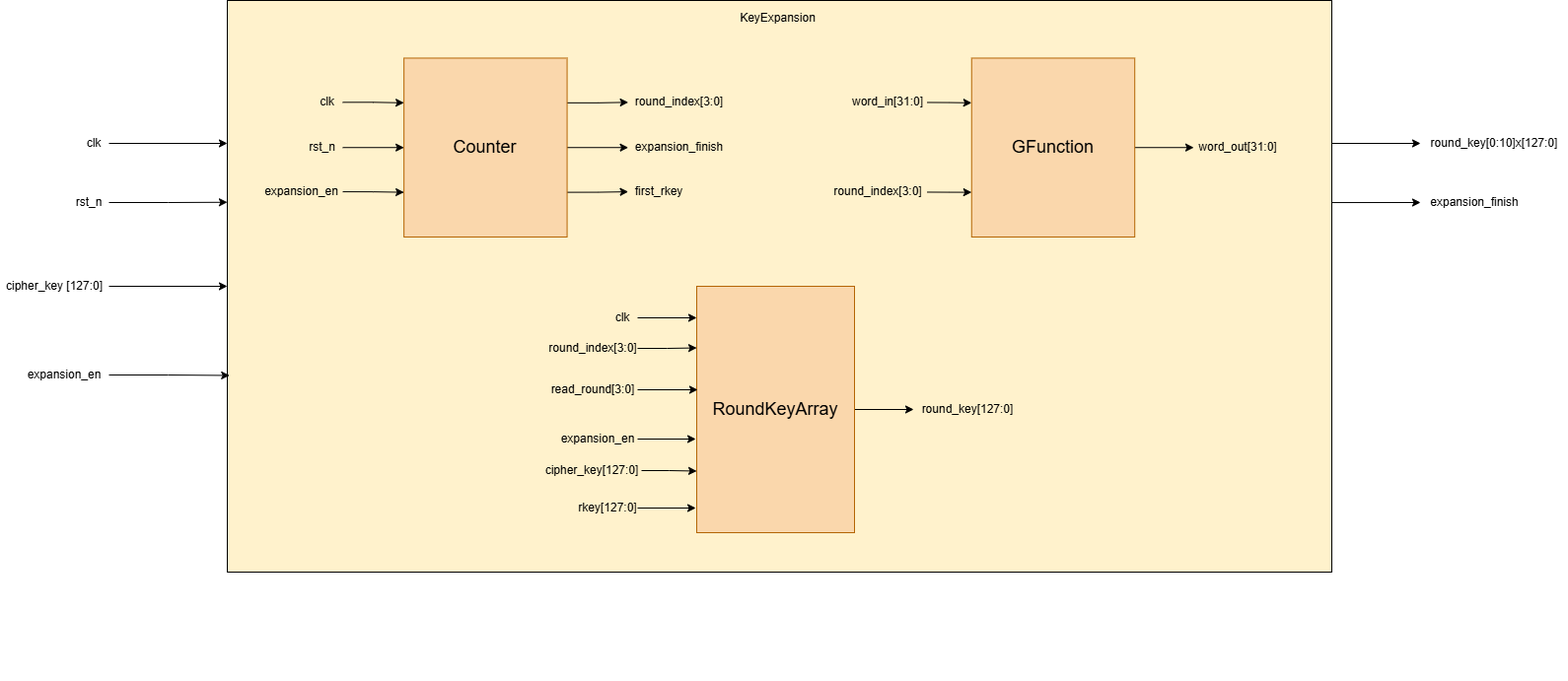
The draw.io diagram KeyExpansion/media/Module Key Expansion high level.png in LQLManZz/AES128-Verilog, before a commit. Source tidied: cells renumbered, new cells last; positions are measured from the earlier drawing's top-left corner, leaving out a move shared by most shapes.
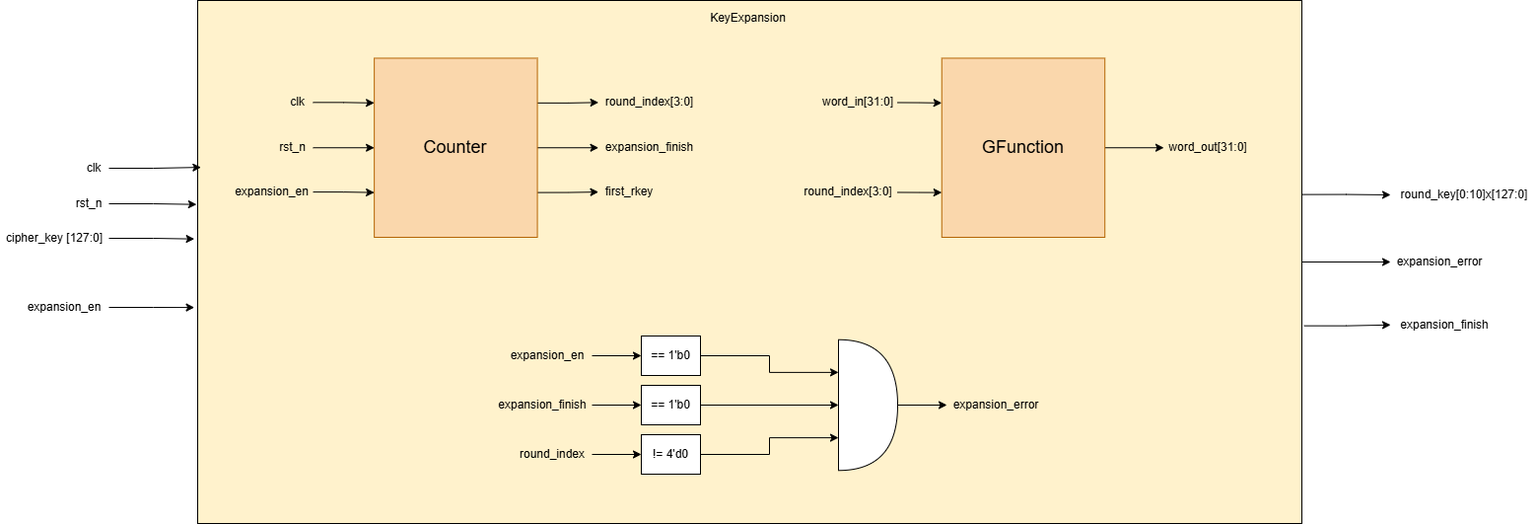
After the commit.

Diff of the diagram source:
```diff
@@ -2,46 +2,32 @@
   <root>
     <mxCell id="0" />
     <mxCell id="1" parent="0" />
-    <mxCell id="2" style="edgeStyle=orthogonalEdgeStyle;rounded=0;jettySize=auto;html=1;exitX=1;exitY=0.5;exitDx=0;exitDy=0;entryX=0;entryY=0.25;entryDx=0;entryDy=0;" parent="1" edge="1" source="3" target="12">
-      <mxGeometry relative="1" as="geometry" />
-    </mxCell>
     <mxCell id="3" value="clk" style="text;html=1;whiteSpace=wrap;strokeColor=none;fillColor=none;align=center;verticalAlign=middle;rounded=0;" parent="1" vertex="1">
-      <mxGeometry x="80" y="130" width="30" height="30" as="geometry" />
+      <mxGeometry x="110" y="155" width="30" height="30" as="geometry" />
     </mxCell>
     <mxCell id="4" value="rst_n" style="text;html=1;whiteSpace=wrap;strokeColor=none;fillColor=none;align=center;verticalAlign=middle;rounded=0;" parent="1" vertex="1">
-      <mxGeometry x="70" y="190" width="40" height="30" as="geometry" />
+      <mxGeometry x="100" y="191" width="40" height="30" as="geometry" />
     </mxCell>
     <mxCell id="5" value="expansion_en" style="text;html=1;whiteSpace=wrap;strokeColor=none;fillColor=none;align=center;verticalAlign=middle;rounded=0;" parent="1" vertex="1">
-      <mxGeometry x="20" y="360" width="90" height="40" as="geometry" />
+      <mxGeometry x="50" y="291" width="90" height="40" as="geometry" />
     </mxCell>
-    <mxCell id="6" style="edgeStyle=orthogonalEdgeStyle;rounded=0;jettySize=auto;html=1;exitX=1;exitY=0.5;exitDx=0;exitDy=0;entryX=0;entryY=0.5;entryDx=0;entryDy=0;" parent="1" edge="1" source="7" target="12">
-      <mxGeometry relative="1" as="geometry" />
-    </mxCell>
     <mxCell id="7" value="cipher_key [127:0]" style="text;html=1;whiteSpace=wrap;strokeColor=none;fillColor=none;align=center;verticalAlign=middle;rounded=0;" parent="1" vertex="1">
-      <mxGeometry y="275" width="110" height="30" as="geometry" />
+      <mxGeometry x="30" y="226" width="110" height="30" as="geometry" />
     </mxCell>
     <mxCell id="8" value="round_key[0:10]x[127:0]" style="text;html=1;whiteSpace=wrap;strokeColor=none;fillColor=none;align=center;verticalAlign=middle;rounded=0;" parent="1" vertex="1">
-      <mxGeometry x="1440" y="130" width="150" height="30" as="geometry" />
+      <mxGeometry x="1440" y="182" width="150" height="30" as="geometry" />
     </mxCell>
-    <mxCell id="9" style="edgeStyle=orthogonalEdgeStyle;rounded=0;jettySize=auto;html=1;exitX=0;exitY=0.5;exitDx=0;exitDy=0;entryX=0;entryY=0.5;entryDx=0;entryDy=0;" parent="1" edge="1" target="10">
-      <mxGeometry relative="1" as="geometry">
-        <mxPoint x="1350" y="205" as="sourcePoint" />
-      </mxGeometry>
-    </mxCell>
     <mxCell id="10" value="expansion_finish" style="text;html=1;whiteSpace=wrap;strokeColor=none;fillColor=none;align=center;verticalAlign=middle;rounded=0;" parent="1" vertex="1">
-      <mxGeometry x="1440" y="190" width="110" height="30" as="geometry" />
+      <mxGeometry x="1440" y="313.8" width="110" height="30" as="geometry" />
     </mxCell>
-    <mxCell id="11" style="group;" parent="1" vertex="1">
-      <mxGeometry x="230" width="1180" height="690" as="geometry" />
-    </mxCell>
-    <mxCell id="12" style="rounded=0;whiteSpace=wrap;html=1;fillColor=#fff2cc;strokeColor=#000000;" parent="11" vertex="1">
-      <mxGeometry width="1120" height="580" as="geometry" />
+    <mxCell id="12" style="rounded=0;whiteSpace=wrap;html=1;fillColor=#fff2cc;strokeColor=#000000;" parent="1" vertex="1">
+      <mxGeometry x="230" width="1120" height="530" as="geometry" />
     </mxCell>
-    <mxCell id="13" value="KeyExpansion" style="text;html=1;whiteSpace=wrap;strokeColor=none;fillColor=none;align=center;verticalAlign=middle;rounded=0;" parent="11" vertex="1">
-      <mxGeometry x="506.9" width="103.1" height="35.1" as="geometry" />
+    <mxCell id="13" value="KeyExpansion" style="text;html=1;whiteSpace=wrap;strokeColor=none;fillColor=none;align=center;verticalAlign=middle;rounded=0;" parent="1" vertex="1">
+      <mxGeometry x="736.9" width="103.1" height="35.1" as="geometry" />
     </mxCell>
-    <mxCell id="14" style="group;" parent="11" vertex="1">
-      <mxGeometry x="34.4" y="58.5" width="475.6" height="181.5" as="geometry" />
+    <mxCell id="14" style="group;" parent="1" vertex="1">
+      <mxGeometry x="264.4" y="58.5" width="475.6" height="181.5" as="geometry" />
     </mxCell>
     <mxCell id="15" style="edgeStyle=orthogonalEdgeStyle;rounded=0;jettySize=auto;html=1;exitX=1;exitY=0.5;exitDx=0;exitDy=0;entryX=0;entryY=0.25;entryDx=0;entryDy=0;" parent="14" edge="1" source="16" target="24">
       <mxGeometry relative="1" as="geometry" />
@@ -82,8 +68,8 @@
     <mxCell id="27" value="round_index[3:0]" style="text;html=1;whiteSpace=wrap;strokeColor=none;fillColor=none;align=center;verticalAlign=middle;rounded=0;" parent="14" vertex="1">
       <mxGeometry x="372.2" y="28.8" width="103.4" height="32" as="geometry" />
     </mxCell>
-    <mxCell id="28" style="group;" parent="11" vertex="1">
-      <mxGeometry x="610" y="58.5" width="460" height="181.5" as="geometry" />
+    <mxCell id="28" style="group;" parent="1" vertex="1">
+      <mxGeometry x="840" y="58.5" width="460" height="181.5" as="geometry" />
     </mxCell>
     <mxCell id="29" style="edgeStyle=orthogonalEdgeStyle;rounded=0;jettySize=auto;html=1;exitX=1;exitY=0.5;exitDx=0;exitDy=0;entryX=0;entryY=0.5;entryDx=0;entryDy=0;" parent="28" edge="1" source="30" target="35">
       <mxGeometry relative="1" as="geometry" />
@@ -106,62 +92,74 @@
     <mxCell id="35" value="word_out[31:0]" style="text;html=1;whiteSpace=wrap;strokeColor=none;fillColor=none;align=center;verticalAlign=middle;rounded=0;" parent="28" vertex="1">
       <mxGeometry x="370" y="75.8" width="90" height="30" as="geometry" />
     </mxCell>
-    <mxCell id="36" style="group;" parent="11" vertex="1">
-      <mxGeometry x="320" y="290" width="486" height="250" as="geometry" />
-    </mxCell>
-    <mxCell id="37" value="clk" style="text;html=1;whiteSpace=wrap;strokeColor=none;fillColor=none;align=center;verticalAlign=middle;rounded=0;" parent="36" vertex="1">
-      <mxGeometry x="66" y="17" width="30" height="30" as="geometry" />
-    </mxCell>
+    <mxCell id="55" style="edgeStyle=orthogonalEdgeStyle;rounded=0;jettySize=auto;html=1;exitX=1;exitY=0.5;exitDx=0;exitDy=0;entryX=0;entryY=0.5;entryDx=0;entryDy=0;" parent="1" edge="1" source="12" target="56">
+      <mxGeometry relative="1" as="geometry" />
+    </mxCell>
+    <mxCell id="56" value="expansion_error" style="text;html=1;whiteSpace=wrap;strokeColor=none;fillColor=none;align=center;verticalAlign=middle;rounded=0;" parent="1" vertex="1">
+      <mxGeometry x="1440" y="250" width="100" height="30" as="geometry" />
+    </mxCell>
+    <mxCell id="57" value="expansion_error" style="text;html=1;whiteSpace=wrap;strokeColor=none;fillColor=none;align=center;verticalAlign=middle;rounded=0;" parent="1" vertex="1">
+      <mxGeometry x="990" y="395" width="100" height="30" as="geometry" />
+    </mxCell>
+    <mxCell id="58" style="edgeStyle=orthogonalEdgeStyle;rounded=0;jettySize=auto;html=1;exitX=1;exitY=0.5;exitDx=0;exitDy=0;exitPerimeter=0;entryX=0;entryY=0.5;entryDx=0;entryDy=0;" parent="1" edge="1" source="59" target="57">
+      <mxGeometry relative="1" as="geometry" />
+    </mxCell>
+    <mxCell id="59" style="shape=or;whiteSpace=wrap;html=1;" parent="1" vertex="1">
+      <mxGeometry x="880" y="343.8" width="60" height="132.5" as="geometry" />
+    </mxCell>
+    <mxCell id="60" style="edgeStyle=orthogonalEdgeStyle;rounded=0;jettySize=auto;html=1;exitX=1;exitY=0.5;exitDx=0;exitDy=0;entryX=0;entryY=0.5;entryDx=0;entryDy=0;" parent="1" edge="1" source="38" target="65">
+      <mxGeometry relative="1" as="geometry" />
+    </mxCell>
-    <mxCell id="38" value="expansion_en" style="text;html=1;whiteSpace=wrap;strokeColor=none;fillColor=none;align=center;verticalAlign=middle;rounded=0;" parent="36" vertex="1">
-      <mxGeometry x="16" y="140" width="80" height="30" as="geometry" />
+    <mxCell id="38" value="expansion_en" style="text;html=1;whiteSpace=wrap;strokeColor=none;fillColor=none;align=center;verticalAlign=middle;rounded=0;" parent="1" vertex="1">
+      <mxGeometry x="540" y="345" width="90" height="30" as="geometry" />
     </mxCell>
-    <mxCell id="39" style="edgeStyle=orthogonalEdgeStyle;rounded=0;jettySize=auto;html=1;exitX=1;exitY=0.5;exitDx=0;exitDy=0;entryX=0;entryY=0.5;entryDx=0;entryDy=0;" parent="36" edge="1" source="40" target="45">
-      <mxGeometry relative="1" as="geometry" />
-    </mxCell>
-    <mxCell id="40" value="&lt;font style=&quot;font-size: 18px;&quot;&gt;RoundKeyArray&lt;/font&gt;" style="whiteSpace=wrap;html=1;fillColor=#fad7ac;strokeColor=#b46504;" parent="36" vertex="1">
-      <mxGeometry x="156" width="160" height="250" as="geometry" />
-    </mxCell>
-    <mxCell id="41" style="edgeStyle=orthogonalEdgeStyle;rounded=0;jettySize=auto;html=1;exitX=1;exitY=0.5;exitDx=0;exitDy=0;entryX=0;entryY=0.75;entryDx=0;entryDy=0;" parent="36" edge="1" source="42" target="40">
-      <mxGeometry relative="1" as="geometry" />
-    </mxCell>
-    <mxCell id="42" value="cipher_key[127:0]" style="text;html=1;whiteSpace=wrap;strokeColor=none;fillColor=none;align=center;verticalAlign=middle;rounded=0;" parent="36" vertex="1">
-      <mxGeometry y="172" width="100" height="30" as="geometry" />
-    </mxCell>
-    <mxCell id="43" value="rkey[127:0]" style="text;html=1;whiteSpace=wrap;strokeColor=none;fillColor=none;align=center;verticalAlign=middle;rounded=0;" parent="36" vertex="1">
-      <mxGeometry x="36" y="210" width="60" height="30" as="geometry" />
-    </mxCell>
-    <mxCell id="44" style="edgeStyle=orthogonalEdgeStyle;rounded=0;jettySize=auto;html=1;exitX=1;exitY=0.5;exitDx=0;exitDy=0;entryX=0;entryY=0.128;entryDx=0;entryDy=0;entryPerimeter=0;" parent="36" edge="1" source="37" target="40">
-      <mxGeometry relative="1" as="geometry" />
-    </mxCell>
-    <mxCell id="45" value="round_key[127:0]" style="text;html=1;whiteSpace=wrap;strokeColor=none;fillColor=none;align=center;verticalAlign=middle;rounded=0;" parent="36" vertex="1">
-      <mxGeometry x="376" y="110" width="110" height="30" as="geometry" />
-    </mxCell>
-    <mxCell id="46" style="edgeStyle=orthogonalEdgeStyle;rounded=0;jettySize=auto;html=1;exitX=1;exitY=0.5;exitDx=0;exitDy=0;entryX=0;entryY=0.25;entryDx=0;entryDy=0;" parent="36" edge="1" source="47" target="40">
-      <mxGeometry relative="1" as="geometry" />
-    </mxCell>
-    <mxCell id="47" value="round_index[3:0]" style="text;html=1;whiteSpace=wrap;strokeColor=none;fillColor=none;align=center;verticalAlign=middle;rounded=0;" parent="36" vertex="1">
-      <mxGeometry x="6" y="48" width="90" height="30" as="geometry" />
-    </mxCell>
-    <mxCell id="48" style="edgeStyle=orthogonalEdgeStyle;rounded=0;jettySize=auto;html=1;exitX=1;exitY=0.5;exitDx=0;exitDy=0;entryX=-0.006;entryY=0.9;entryDx=0;entryDy=0;entryPerimeter=0;" parent="36" edge="1" source="43" target="40">
-      <mxGeometry relative="1" as="geometry" />
-    </mxCell>
-    <mxCell id="49" style="edgeStyle=orthogonalEdgeStyle;rounded=0;jettySize=auto;html=1;exitX=1;exitY=0.5;exitDx=0;exitDy=0;entryX=-0.006;entryY=0.62;entryDx=0;entryDy=0;entryPerimeter=0;" parent="36" edge="1" source="38" target="40">
-      <mxGeometry relative="1" as="geometry" />
-    </mxCell>
-    <mxCell id="50" value="read_round[3:0]" style="text;html=1;whiteSpace=wrap;strokeColor=none;fillColor=none;align=center;verticalAlign=middle;rounded=0;" parent="36" vertex="1">
-      <mxGeometry x="6" y="90" width="90" height="30" as="geometry" />
-    </mxCell>
-    <mxCell id="51" style="edgeStyle=orthogonalEdgeStyle;rounded=0;jettySize=auto;html=1;exitX=1;exitY=0.5;exitDx=0;exitDy=0;entryX=0.006;entryY=0.42;entryDx=0;entryDy=0;entryPerimeter=0;" parent="36" edge="1" source="50" target="40">
-      <mxGeometry relative="1" as="geometry" />
-    </mxCell>
+    <mxCell id="61" style="edgeStyle=orthogonalEdgeStyle;rounded=0;jettySize=auto;html=1;exitX=1;exitY=0.5;exitDx=0;exitDy=0;entryX=0;entryY=0.5;entryDx=0;entryDy=0;" parent="1" edge="1" source="62" target="66">
+      <mxGeometry relative="1" as="geometry" />
+    </mxCell>
+    <mxCell id="62" value="expansion_finish" style="text;html=1;whiteSpace=wrap;strokeColor=none;fillColor=none;align=center;verticalAlign=middle;rounded=0;" parent="1" vertex="1">
+      <mxGeometry x="530" y="395" width="100" height="30" as="geometry" />
+    </mxCell>
+    <mxCell id="63" style="edgeStyle=orthogonalEdgeStyle;rounded=0;jettySize=auto;html=1;exitX=1;exitY=0.5;exitDx=0;exitDy=0;entryX=0;entryY=0.5;entryDx=0;entryDy=0;" parent="1" edge="1" source="64" target="67">
+      <mxGeometry relative="1" as="geometry" />
+    </mxCell>
+    <mxCell id="64" value="round_index" style="text;html=1;whiteSpace=wrap;strokeColor=none;fillColor=none;align=center;verticalAlign=middle;rounded=0;" parent="1" vertex="1">
+      <mxGeometry x="550" y="445" width="80" height="30" as="geometry" />
+    </mxCell>
+    <mxCell id="65" value="== 1'b0" style="whiteSpace=wrap;html=1;" parent="1" vertex="1">
+      <mxGeometry x="680" y="340" width="60" height="40" as="geometry" />
+    </mxCell>
+    <mxCell id="66" value="== 1'b0" style="whiteSpace=wrap;html=1;" parent="1" vertex="1">
+      <mxGeometry x="680" y="390" width="60" height="40" as="geometry" />
+    </mxCell>
+    <mxCell id="67" value="!= 4'd0" style="whiteSpace=wrap;html=1;" parent="1" vertex="1">
+      <mxGeometry x="680" y="440" width="60" height="40" as="geometry" />
+    </mxCell>
+    <mxCell id="68" style="edgeStyle=orthogonalEdgeStyle;rounded=0;jettySize=auto;html=1;exitX=1;exitY=0.5;exitDx=0;exitDy=0;entryX=0;entryY=0.25;entryDx=0;entryDy=0;entryPerimeter=0;" parent="1" edge="1" source="65" target="59">
+      <mxGeometry relative="1" as="geometry" />
+    </mxCell>
+    <mxCell id="69" style="edgeStyle=orthogonalEdgeStyle;rounded=0;jettySize=auto;html=1;exitX=1;exitY=0.5;exitDx=0;exitDy=0;entryX=0;entryY=0.5;entryDx=0;entryDy=0;entryPerimeter=0;" parent="1" edge="1" source="66" target="59">
+      <mxGeometry relative="1" as="geometry" />
+    </mxCell>
+    <mxCell id="70" style="edgeStyle=orthogonalEdgeStyle;rounded=0;jettySize=auto;html=1;exitX=1;exitY=0.5;exitDx=0;exitDy=0;entryX=0;entryY=0.75;entryDx=0;entryDy=0;entryPerimeter=0;" parent="1" edge="1" source="67" target="59">
+      <mxGeometry relative="1" as="geometry" />
+    </mxCell>
+    <mxCell id="2" style="edgeStyle=orthogonalEdgeStyle;rounded=0;jettySize=auto;html=1;exitX=1;exitY=0.5;exitDx=0;exitDy=0;entryX=0.003;entryY=0.319;entryDx=0;entryDy=0;entryPerimeter=0;" parent="1" edge="1" source="3" target="12">
+      <mxGeometry relative="1" as="geometry" />
+    </mxCell>
-    <mxCell id="52" style="edgeStyle=orthogonalEdgeStyle;rounded=0;jettySize=auto;html=1;exitX=1;exitY=0.5;exitDx=0;exitDy=0;entryX=0;entryY=0.353;entryDx=0;entryDy=0;entryPerimeter=0;" parent="1" edge="1" source="4" target="12">
+    <mxCell id="52" style="edgeStyle=orthogonalEdgeStyle;rounded=0;jettySize=auto;html=1;exitX=1;exitY=0.5;exitDx=0;exitDy=0;entryX=-0.001;entryY=0.39;entryDx=0;entryDy=0;entryPerimeter=0;" parent="1" edge="1" source="4" target="12">
       <mxGeometry relative="1" as="geometry" />
     </mxCell>
+    <mxCell id="6" style="edgeStyle=orthogonalEdgeStyle;rounded=0;jettySize=auto;html=1;exitX=1;exitY=0.5;exitDx=0;exitDy=0;entryX=-0.003;entryY=0.456;entryDx=0;entryDy=0;entryPerimeter=0;" parent="1" edge="1" source="7" target="12">
+      <mxGeometry relative="1" as="geometry" />
+    </mxCell>
-    <mxCell id="53" style="edgeStyle=orthogonalEdgeStyle;rounded=0;jettySize=auto;html=1;exitX=1;exitY=0.5;exitDx=0;exitDy=0;entryX=0.002;entryY=0.656;entryDx=0;entryDy=0;entryPerimeter=0;" parent="1" edge="1" source="5" target="12">
+    <mxCell id="53" style="edgeStyle=orthogonalEdgeStyle;rounded=0;jettySize=auto;html=1;exitX=1;exitY=0.5;exitDx=0;exitDy=0;entryX=-0.003;entryY=0.587;entryDx=0;entryDy=0;entryPerimeter=0;" parent="1" edge="1" source="5" target="12">
       <mxGeometry relative="1" as="geometry" />
     </mxCell>
-    <mxCell id="54" style="edgeStyle=orthogonalEdgeStyle;rounded=0;jettySize=auto;html=1;exitX=1;exitY=0.25;exitDx=0;exitDy=0;entryX=0;entryY=0.5;entryDx=0;entryDy=0;" parent="1" edge="1" source="12" target="8">
+    <mxCell id="54" style="edgeStyle=orthogonalEdgeStyle;rounded=0;jettySize=auto;html=1;exitX=1;exitY=0.371;exitDx=0;exitDy=0;entryX=0;entryY=0.5;entryDx=0;entryDy=0;exitPerimeter=0;" parent="1" edge="1" source="12" target="8">
       <mxGeometry relative="1" as="geometry" />
     </mxCell>
+    <mxCell id="71" style="edgeStyle=orthogonalEdgeStyle;rounded=0;jettySize=auto;html=1;exitX=1.002;exitY=0.622;exitDx=0;exitDy=0;entryX=0;entryY=0.5;entryDx=0;entryDy=0;exitPerimeter=0;" parent="1" edge="1" source="12" target="10">
+      <mxGeometry relative="1" as="geometry" />
+    </mxCell>
   </root>
 </mxGraphModel>
```
